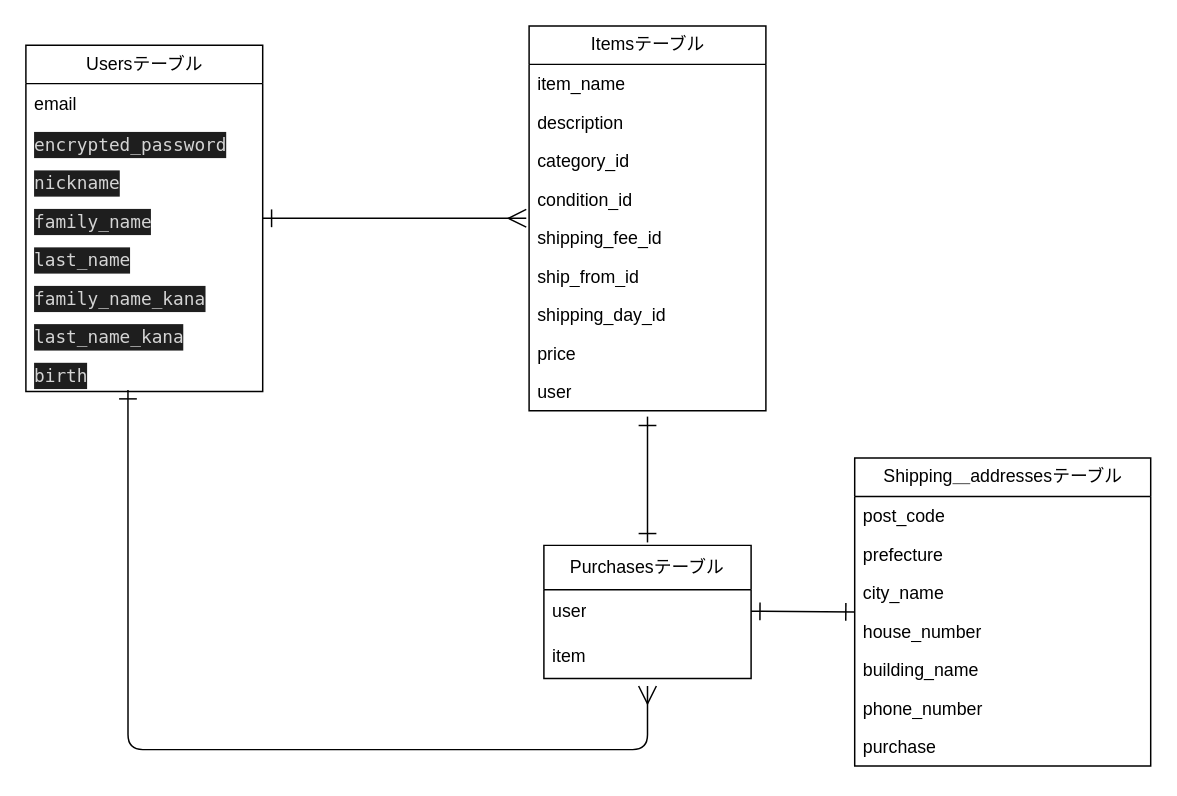
Above: er.dio in tosamau/furima-38803-1 (draw.io), before the change. Source tidied: cells renumbered, new cells numbered last; positions are measured from the earlier drawing's top-left corner, leaving out a move shared by most shapes. Both pictures are drawn from the tidied source at 148%, with x=0, y=0 at pixel (25, 25).
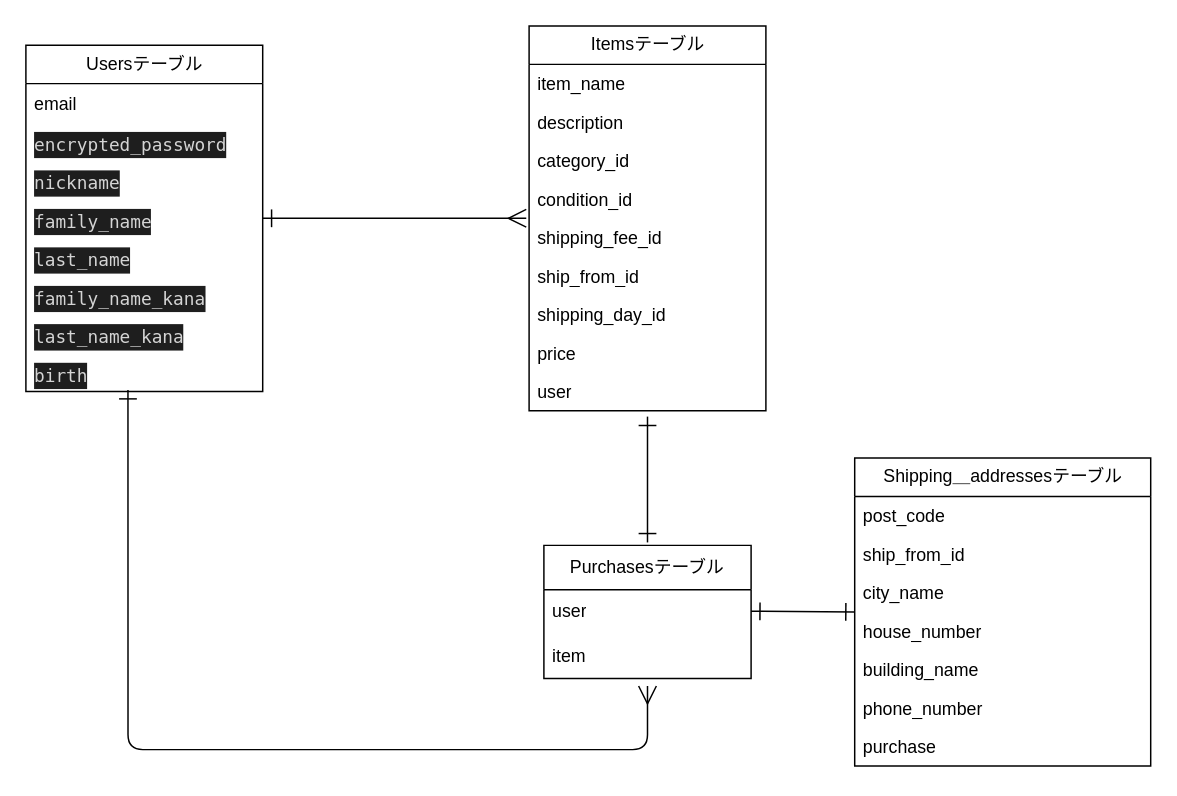
The same diagram, later.

The change refers to these unchanged cells:
```xml
<mxCell id="23" value="Shipping＿addressesテーブル" style="swimlane;fontStyle=0;horizontal=1;startSize=26;fillColor=none;html=1;" parent="1" vertex="1">
  <mxGeometry x="560" y="292" width="200" height="208" as="geometry" />
</mxCell>
```

Change to the diagram source:
```diff
@@
-    <mxCell id="25" value="prefecture" style="text;strokeColor=none;fillColor=none;align=left;verticalAlign=top;spacingLeft=4;spacingRight=4;overflow=hidden;whiteSpace=wrap;html=1;" parent="23" vertex="1">
+    <mxCell id="25" value="ship_from_id" style="text;strokeColor=none;fillColor=none;align=left;verticalAlign=top;spacingLeft=4;spacingRight=4;overflow=hidden;whiteSpace=wrap;html=1;" parent="23" vertex="1">
       <mxGeometry y="52" width="200" height="26" as="geometry" />
     </mxCell>
```
